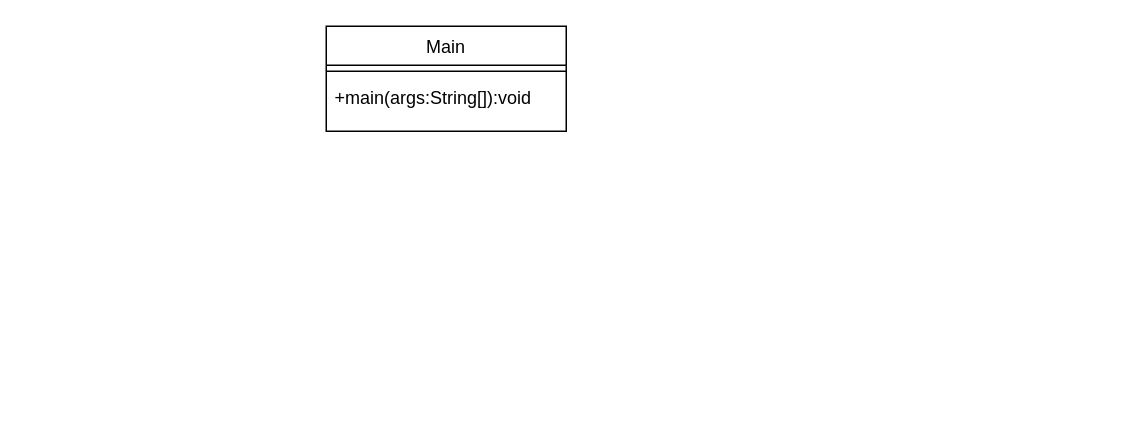
Above: UML/Class_diagram.drawio in ProgrammingII-projects/Soduko-Generator (draw.io), before the change. Source tidied: cells renumbered, new cells numbered last; positions are measured from the earlier drawing's top-left corner, leaving out a move shared by most shapes. Both pictures are drawn from the tidied source at 150%, with x=0, y=0 at pixel (326, 26).
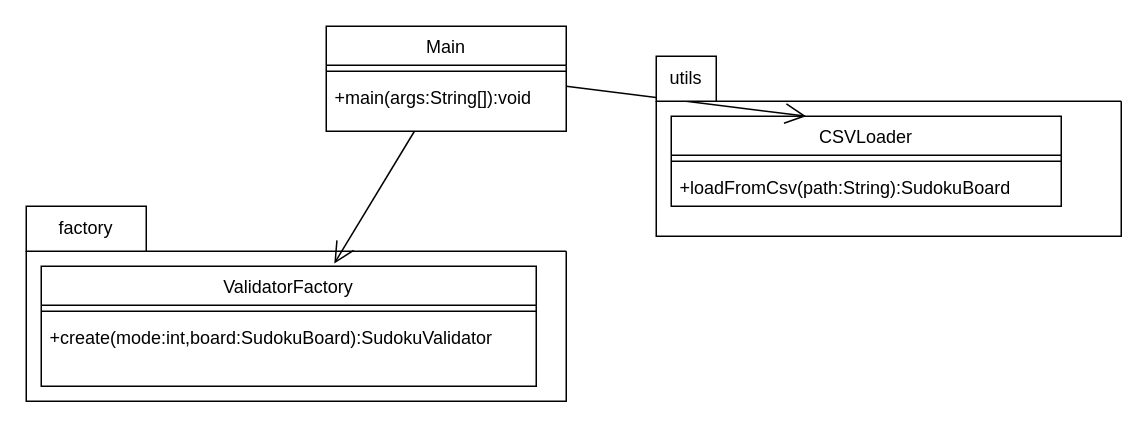
The same page after the edit.

Commit message:
added utils class and factory class

Diff of the diagram source:
```diff
@@
 <mxGraphModel>
   <root>
     <mxCell id="0" />
     <mxCell id="1" parent="0" />
     <mxCell id="2" value="&lt;span style=&quot;font-weight: normal;&quot;&gt;Main&lt;/span&gt;" style="swimlane;fontStyle=1;align=center;verticalAlign=top;horizontal=1;startSize=26;whiteSpace=wrap;html=1;" parent="1" vertex="1">
       <mxGeometry width="160" height="70" as="geometry" />
     </mxCell>
     <mxCell id="3" style="line;strokeWidth=1;fillColor=none;align=left;verticalAlign=middle;spacingTop=-1;spacingLeft=3;spacingRight=3;labelPosition=right;strokeColor=inherit;" parent="2" vertex="1">
       <mxGeometry y="26" width="160" height="8" as="geometry" />
     </mxCell>
     <mxCell id="4" value="+main(args:String[]):void" style="text;strokeColor=none;fillColor=none;align=left;verticalAlign=top;spacingLeft=4;spacingRight=4;overflow=hidden;whiteSpace=wrap;html=1;" parent="2" vertex="1">
       <mxGeometry y="34" width="160" height="36" as="geometry" />
     </mxCell>
+    <mxCell id="5" value="&lt;span style=&quot;font-weight: 400;&quot;&gt;ValidatorFactory&lt;/span&gt;" style="swimlane;fontStyle=1;align=center;verticalAlign=top;horizontal=1;startSize=26;whiteSpace=wrap;html=1;" parent="1" vertex="1">
+      <mxGeometry x="-190" y="160" width="330" height="80" as="geometry" />
+    </mxCell>
+    <mxCell id="6" style="line;strokeWidth=1;fillColor=none;align=left;verticalAlign=middle;spacingTop=-1;spacingLeft=3;spacingRight=3;labelPosition=right;strokeColor=inherit;" parent="5" vertex="1">
+      <mxGeometry y="26" width="330" height="8" as="geometry" />
+    </mxCell>
+    <mxCell id="7" value="+create(mode:int,board:SudokuBoard):SudokuValidator&lt;div&gt;&lt;br&gt;&lt;/div&gt;" style="text;strokeColor=none;fillColor=none;align=left;verticalAlign=top;spacingLeft=4;spacingRight=4;overflow=hidden;whiteSpace=wrap;html=1;" parent="5" vertex="1">
+      <mxGeometry y="34" width="330" height="46" as="geometry" />
+    </mxCell>
+    <mxCell id="8" style="endArrow=open;endFill=1;endSize=12;html=1;entryX=0.592;entryY=-0.023;entryDx=0;entryDy=0;entryPerimeter=0;" parent="1" edge="1" source="2" target="5">
+      <mxGeometry relative="1" as="geometry" />
+    </mxCell>
+    <mxCell id="9" value="&lt;span style=&quot;font-weight: 400;&quot;&gt;CSVLoader&lt;/span&gt;" style="swimlane;fontStyle=1;align=center;verticalAlign=top;horizontal=1;startSize=26;whiteSpace=wrap;html=1;" parent="1" vertex="1">
+      <mxGeometry x="230" y="60" width="260" height="60" as="geometry" />
+    </mxCell>
+    <mxCell id="10" style="line;strokeWidth=1;fillColor=none;align=left;verticalAlign=middle;spacingTop=-1;spacingLeft=3;spacingRight=3;labelPosition=right;strokeColor=inherit;" parent="9" vertex="1">
+      <mxGeometry y="26" width="260" height="8" as="geometry" />
+    </mxCell>
+    <mxCell id="11" value="+loadFromCsv(path:String):SudokuBoard" style="text;strokeColor=none;fillColor=none;align=left;verticalAlign=top;spacingLeft=4;spacingRight=4;overflow=hidden;whiteSpace=wrap;html=1;" parent="9" vertex="1">
+      <mxGeometry y="34" width="260" height="26" as="geometry" />
+    </mxCell>
+    <mxCell id="12" style="endArrow=open;endFill=1;endSize=12;html=1;entryX=0.346;entryY=0;entryDx=0;entryDy=0;entryPerimeter=0;" parent="1" edge="1" target="9">
+      <mxGeometry relative="1" as="geometry">
+        <mxPoint x="160" y="40" as="sourcePoint" />
+      </mxGeometry>
+    </mxCell>
+    <mxCell id="13" style="swimlane;startSize=0;" parent="1" vertex="1">
+      <mxGeometry x="220" y="50" width="310" height="90" as="geometry" />
+    </mxCell>
+    <mxCell id="14" value="utils" style="whiteSpace=wrap;html=1;" parent="1" vertex="1">
+      <mxGeometry x="220" y="20" width="40" height="30" as="geometry" />
+    </mxCell>
+    <mxCell id="15" style="swimlane;startSize=0;" parent="1" vertex="1">
+      <mxGeometry x="-200" y="150" width="360" height="100" as="geometry" />
+    </mxCell>
+    <mxCell id="16" value="factory" style="whiteSpace=wrap;html=1;" parent="1" vertex="1">
+      <mxGeometry x="-200" y="120" width="80" height="30" as="geometry" />
+    </mxCell>
   </root>
 </mxGraphModel>
```
